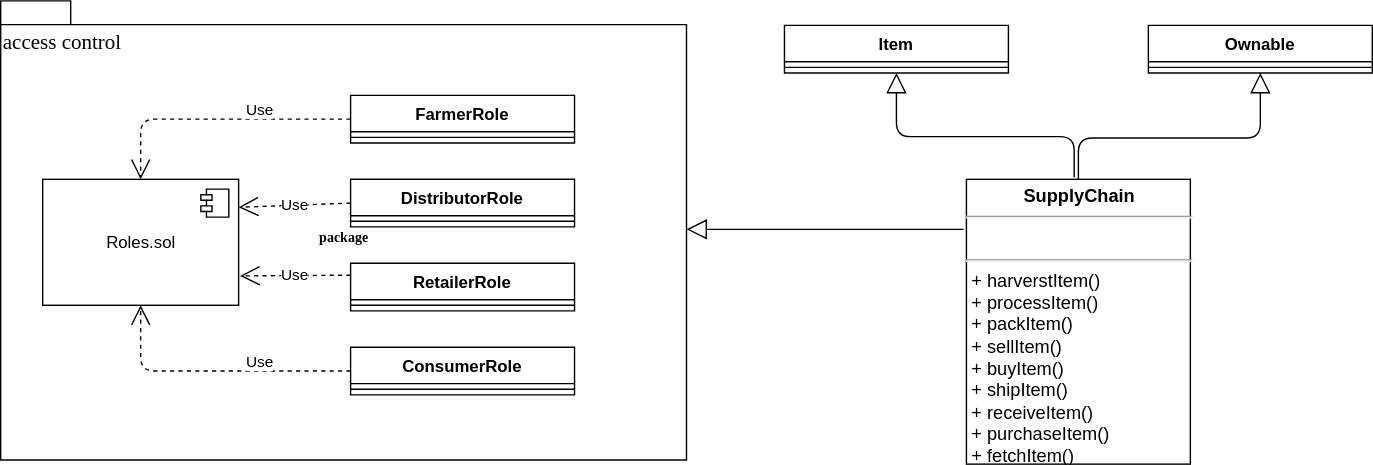
Above: uml/DataModelDiagram.svg in dcarpintero/dapp-supply-chain (draw.io), before the change. Source tidied: cells renumbered, new cells last; positions are measured from the earlier drawing's top-left corner, leaving out a move shared by most shapes.
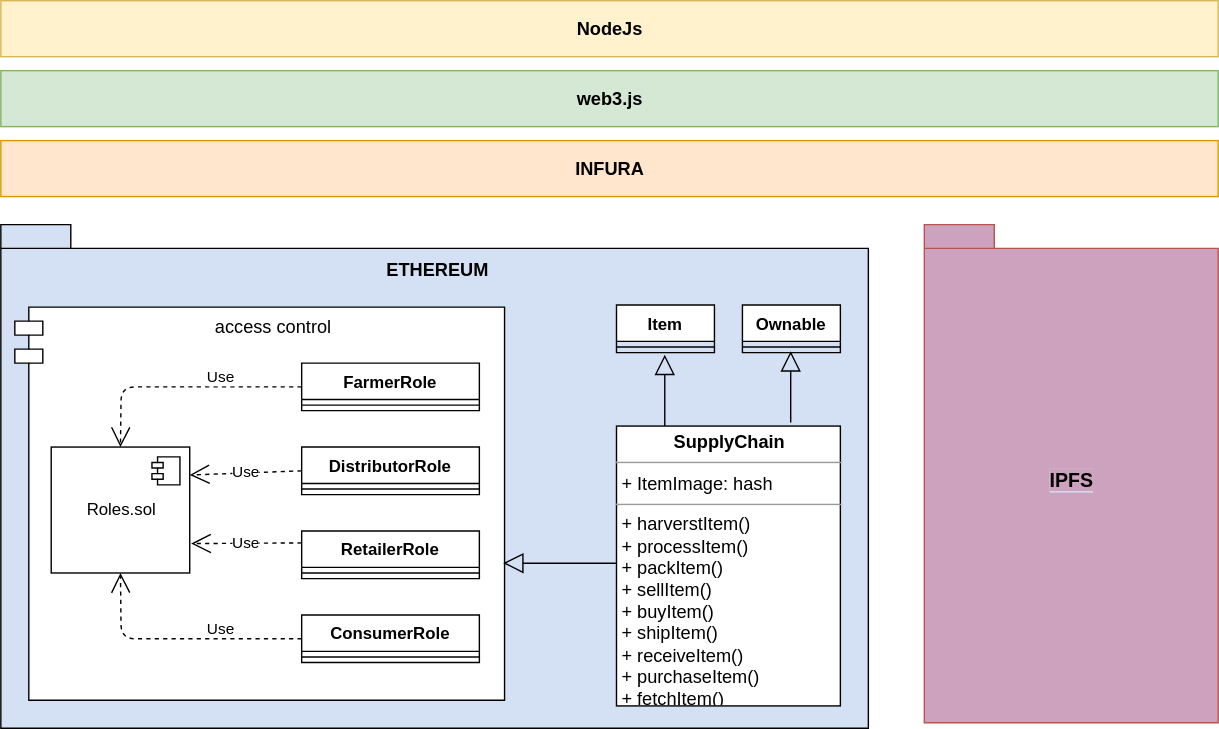
After the change.

Commit message:
Add IPFS integration

Diff of the diagram source:
```diff
@@ -2,14 +2,14 @@
   <root>
     <mxCell id="0" />
     <mxCell id="1" parent="0" />
-    <mxCell id="2" value="package" style="shape=folder;fontStyle=1;spacingTop=10;tabWidth=50;tabHeight=17;tabPosition=left;html=1;rounded=0;shadow=0;comic=0;labelBackgroundColor=none;strokeWidth=1;fontFamily=Verdana;fontSize=10;align=center;" parent="1" vertex="1">
-      <mxGeometry width="490" height="328" as="geometry" />
+    <mxCell id="2" style="shape=folder;fontStyle=1;spacingTop=10;tabWidth=50;tabHeight=17;tabPosition=left;html=1;rounded=0;shadow=0;comic=0;labelBackgroundColor=#D4E1F5;strokeWidth=1;fontFamily=Verdana;fontSize=10;align=center;fillColor=#D4E1F5;" parent="1" vertex="1">
+      <mxGeometry x="-126" y="234" width="620" height="360" as="geometry" />
     </mxCell>
-    <mxCell id="3" value="&lt;font style=&quot;font-size: 15px&quot;&gt;access control&lt;br&gt;&lt;br&gt;&lt;/font&gt;" style="text;html=1;align=left;verticalAlign=top;spacingTop=-4;fontSize=10;fontFamily=Verdana;" parent="1" vertex="1">
-      <mxGeometry y="17.5" width="130" height="20" as="geometry" />
+    <mxCell id="3" value="access control" style="shape=module;align=left;spacingLeft=20;align=center;verticalAlign=top;fontSize=13;" parent="1" vertex="1">
+      <mxGeometry x="-116" y="293" width="350" height="281" as="geometry" />
     </mxCell>
     <mxCell id="4" value="Roles.sol" style="html=1;" parent="1" vertex="1">
-      <mxGeometry x="30" y="127.5" width="140" height="90" as="geometry" />
+      <mxGeometry x="-90" y="393" width="99" height="90" as="geometry" />
     </mxCell>
     <mxCell id="5" style="shape=component;jettyWidth=8;jettyHeight=4;" parent="4" vertex="1">
       <mxGeometry x="1" width="20" height="20" relative="1" as="geometry">
@@ -19,94 +19,98 @@
     <mxCell id="6" value="Use" style="endArrow=open;endSize=12;dashed=1;html=1;exitX=0;exitY=0.5;exitDx=0;exitDy=0;entryX=0.5;entryY=1;entryDx=0;entryDy=0;" parent="1" edge="1" source="17" target="4">
       <mxGeometry x="-0.34" y="-7" relative="1" as="geometry">
         <Array as="points">
-          <mxPoint x="100" y="264.5" />
-          <mxPoint x="100" y="237.5" />
+          <mxPoint x="-40" y="530" />
         </Array>
       </mxGeometry>
     </mxCell>
     <mxCell id="7" value="Use" style="endArrow=open;endSize=12;dashed=1;html=1;exitX=0;exitY=0.5;exitDx=0;exitDy=0;" parent="1" edge="1" source="13">
       <mxGeometry relative="1" as="geometry">
-        <mxPoint x="170" y="147.5" as="targetPoint" />
+        <mxPoint x="9" y="413" as="targetPoint" />
       </mxGeometry>
     </mxCell>
     <mxCell id="8" value="Use" style="endArrow=open;endSize=12;dashed=1;html=1;exitX=0;exitY=0.25;exitDx=0;exitDy=0;" parent="1" edge="1" source="15">
       <mxGeometry relative="1" as="geometry">
-        <mxPoint x="171" y="196.5" as="targetPoint" />
+        <mxPoint x="10" y="462" as="targetPoint" />
       </mxGeometry>
     </mxCell>
     <mxCell id="9" value="Use" style="endArrow=open;endSize=12;dashed=1;html=1;exitX=0;exitY=0.5;exitDx=0;exitDy=0;entryX=0.5;entryY=0;entryDx=0;entryDy=0;" parent="1" edge="1" source="11" target="4">
       <mxGeometry x="-0.33" y="-7" relative="1" as="geometry">
         <Array as="points">
-          <mxPoint x="100" y="84.5" />
+          <mxPoint x="-40" y="350" />
         </Array>
       </mxGeometry>
     </mxCell>
-    <mxCell id="10" value="&lt;p style=&quot;margin: 4px 0px 0px; text-align: center; font-size: 13px;&quot;&gt;&lt;b style=&quot;font-size: 13px;&quot;&gt;SupplyChain&lt;/b&gt;&lt;/p&gt;&lt;hr style=&quot;font-size: 13px;&quot;&gt;&lt;p style=&quot;margin: 0px 0px 0px 4px; font-size: 13px;&quot;&gt;&lt;br style=&quot;font-size: 13px;&quot;&gt;&lt;/p&gt;&lt;hr style=&quot;font-size: 13px;&quot;&gt;&lt;p style=&quot;margin: 0px 0px 0px 4px; font-size: 13px;&quot;&gt;+ harverstItem()&lt;/p&gt;&lt;p style=&quot;margin: 0px 0px 0px 4px; font-size: 13px;&quot;&gt;+ processItem()&lt;/p&gt;&lt;p style=&quot;margin: 0px 0px 0px 4px; font-size: 13px;&quot;&gt;+ packItem()&lt;/p&gt;&lt;p style=&quot;margin: 0px 0px 0px 4px; font-size: 13px;&quot;&gt;+ sellItem()&lt;/p&gt;&lt;p style=&quot;margin: 0px 0px 0px 4px; font-size: 13px;&quot;&gt;+ buyItem()&lt;/p&gt;&lt;p style=&quot;margin: 0px 0px 0px 4px; font-size: 13px;&quot;&gt;+ shipItem()&lt;/p&gt;&lt;p style=&quot;margin: 0px 0px 0px 4px; font-size: 13px;&quot;&gt;+ receiveItem()&lt;/p&gt;&lt;p style=&quot;margin: 0px 0px 0px 4px; font-size: 13px;&quot;&gt;+ purchaseItem()&lt;/p&gt;&lt;p style=&quot;margin: 0px 0px 0px 4px; font-size: 13px;&quot;&gt;+ fetchItem()&lt;/p&gt;" style="verticalAlign=top;align=left;overflow=fill;fontSize=13;fontFamily=Helvetica;html=1;" parent="1" vertex="1">
-      <mxGeometry x="690" y="127.5" width="160" height="203.5" as="geometry" />
-    </mxCell>
+    <mxCell id="25" style="endArrow=block;endFill=0;endSize=12;html=1;exitX=0;exitY=0.5;exitDx=0;exitDy=0;" parent="1" edge="1">
+      <mxGeometry relative="1" as="geometry">
+        <mxPoint x="314" y="476" as="sourcePoint" />
+        <mxPoint x="233" y="476" as="targetPoint" />
+      </mxGeometry>
+    </mxCell>
     <mxCell id="11" value="FarmerRole" style="swimlane;fontStyle=1;align=center;verticalAlign=top;horizontal=1;startSize=26;" parent="1" vertex="1">
-      <mxGeometry x="250" y="67.5" width="160" height="34" as="geometry" />
+      <mxGeometry x="89" y="333" width="127" height="34" as="geometry" />
     </mxCell>
     <mxCell id="12" style="line;strokeWidth=1;fillColor=none;align=left;verticalAlign=middle;spacingTop=-1;spacingLeft=3;spacingRight=3;labelPosition=right;" parent="11" vertex="1">
-      <mxGeometry y="26" width="160" height="8" as="geometry" />
+      <mxGeometry y="26" width="127" height="8" as="geometry" />
     </mxCell>
     <mxCell id="13" value="DistributorRole" style="swimlane;fontStyle=1;align=center;verticalAlign=top;horizontal=1;startSize=26;" parent="1" vertex="1">
-      <mxGeometry x="250" y="127.5" width="160" height="34" as="geometry" />
+      <mxGeometry x="89" y="393" width="127" height="34" as="geometry" />
     </mxCell>
     <mxCell id="14" style="line;strokeWidth=1;fillColor=none;align=left;verticalAlign=middle;spacingTop=-1;spacingLeft=3;spacingRight=3;labelPosition=right;" parent="13" vertex="1">
-      <mxGeometry y="26" width="160" height="8" as="geometry" />
+      <mxGeometry y="26" width="127" height="8" as="geometry" />
     </mxCell>
     <mxCell id="15" value="RetailerRole" style="swimlane;fontStyle=1;align=center;verticalAlign=top;horizontal=1;startSize=26;" parent="1" vertex="1">
-      <mxGeometry x="250" y="187.5" width="160" height="34" as="geometry" />
+      <mxGeometry x="89" y="453" width="127" height="34" as="geometry" />
     </mxCell>
     <mxCell id="16" style="line;strokeWidth=1;fillColor=none;align=left;verticalAlign=middle;spacingTop=-1;spacingLeft=3;spacingRight=3;labelPosition=right;" parent="15" vertex="1">
-      <mxGeometry y="26" width="160" height="8" as="geometry" />
+      <mxGeometry y="26" width="127" height="8" as="geometry" />
     </mxCell>
     <mxCell id="17" value="ConsumerRole" style="swimlane;fontStyle=1;align=center;verticalAlign=top;horizontal=1;startSize=26;" parent="1" vertex="1">
-      <mxGeometry x="250" y="247.5" width="160" height="34" as="geometry" />
+      <mxGeometry x="89" y="513" width="127" height="34" as="geometry" />
     </mxCell>
     <mxCell id="18" style="line;strokeWidth=1;fillColor=none;align=left;verticalAlign=middle;spacingTop=-1;spacingLeft=3;spacingRight=3;labelPosition=right;" parent="17" vertex="1">
-      <mxGeometry y="26" width="160" height="8" as="geometry" />
+      <mxGeometry y="26" width="127" height="8" as="geometry" />
     </mxCell>
+    <mxCell id="21" value="Ownable" style="swimlane;fontStyle=1;align=center;verticalAlign=top;horizontal=1;startSize=26;" parent="1" vertex="1">
+      <mxGeometry x="404" y="291.5" width="70" height="34" as="geometry" />
+    </mxCell>
+    <mxCell id="22" style="line;strokeWidth=1;fillColor=none;align=left;verticalAlign=middle;spacingTop=-1;spacingLeft=3;spacingRight=3;labelPosition=right;" parent="21" vertex="1">
+      <mxGeometry y="26" width="70" height="8" as="geometry" />
+    </mxCell>
     <mxCell id="19" value="Item" style="swimlane;fontStyle=1;align=center;verticalAlign=top;horizontal=1;startSize=26;" parent="1" vertex="1">
-      <mxGeometry x="560" y="17.5" width="160" height="34" as="geometry" />
+      <mxGeometry x="314" y="291.5" width="70" height="34" as="geometry" />
     </mxCell>
     <mxCell id="20" style="line;strokeWidth=1;fillColor=none;align=left;verticalAlign=middle;spacingTop=-1;spacingLeft=3;spacingRight=3;labelPosition=right;" parent="19" vertex="1">
-      <mxGeometry y="26" width="160" height="8" as="geometry" />
+      <mxGeometry y="26" width="70" height="8" as="geometry" />
     </mxCell>
-    <mxCell id="21" value="Ownable" style="swimlane;fontStyle=1;align=center;verticalAlign=top;horizontal=1;startSize=26;" parent="1" vertex="1">
-      <mxGeometry x="820" y="17.5" width="160" height="34" as="geometry" />
-    </mxCell>
-    <mxCell id="22" style="line;strokeWidth=1;fillColor=none;align=left;verticalAlign=middle;spacingTop=-1;spacingLeft=3;spacingRight=3;labelPosition=right;" parent="21" vertex="1">
-      <mxGeometry y="26" width="160" height="8" as="geometry" />
-    </mxCell>
-    <mxCell id="23" style="endArrow=block;endFill=0;endSize=12;html=1;entryX=0.5;entryY=1;entryDx=0;entryDy=0;" parent="1" edge="1" target="21">
-      <mxGeometry relative="1" as="geometry">
-        <mxPoint x="770" y="128" as="sourcePoint" />
-        <Array as="points">
-          <mxPoint x="770" y="98" />
-          <mxPoint x="900" y="98" />
-        </Array>
-      </mxGeometry>
-    </mxCell>
-    <mxCell id="24" style="endArrow=block;endFill=0;endSize=12;html=1;entryX=0.5;entryY=1;entryDx=0;entryDy=0;" parent="1" edge="1" target="19">
-      <mxGeometry relative="1" as="geometry">
-        <mxPoint x="767" y="126" as="sourcePoint" />
-        <Array as="points">
-          <mxPoint x="767" y="97" />
-          <mxPoint x="640" y="97" />
-        </Array>
-      </mxGeometry>
-    </mxCell>
-    <mxCell id="25" style="endArrow=block;endFill=0;endSize=12;html=1;entryX=0.5;entryY=1;entryDx=0;entryDy=0;" parent="1" edge="1">
-      <mxGeometry relative="1" as="geometry">
-        <mxPoint x="688" y="163.2" as="sourcePoint" />
-        <mxPoint x="490" y="163.2" as="targetPoint" />
-        <Array as="points">
-          <mxPoint x="617" y="163.2" />
-          <mxPoint x="549" y="163.2" />
-        </Array>
-      </mxGeometry>
-    </mxCell>
+    <mxCell id="26" value="&lt;p style=&quot;margin: 4px 0px 0px ; text-align: center ; font-size: 13px&quot;&gt;&lt;b&gt;&lt;font style=&quot;font-size: 13px&quot;&gt;SupplyChain&lt;/font&gt;&lt;/b&gt;&lt;/p&gt;&lt;hr size=&quot;1&quot; style=&quot;font-size: 13px&quot;&gt;&lt;p style=&quot;margin: 0px 0px 0px 4px ; font-size: 13px&quot;&gt;&lt;font style=&quot;font-size: 13px&quot;&gt;+ ItemImage: hash&lt;/font&gt;&lt;/p&gt;&lt;hr size=&quot;1&quot; style=&quot;font-size: 13px&quot;&gt;&lt;p style=&quot;margin: 0px 0px 0px 4px ; font-size: 13px&quot;&gt;&lt;font style=&quot;font-size: 13px&quot;&gt;+&amp;nbsp;&lt;span&gt;harverstItem()&lt;/span&gt;&lt;/font&gt;&lt;/p&gt;&lt;p style=&quot;margin: 0px 0px 0px 4px ; font-size: 13px&quot;&gt;&lt;font style=&quot;font-size: 13px&quot;&gt;+ processItem()&lt;/font&gt;&lt;/p&gt;&lt;p style=&quot;margin: 0px 0px 0px 4px ; font-size: 13px&quot;&gt;&lt;font style=&quot;font-size: 13px&quot;&gt;+ packItem()&lt;/font&gt;&lt;/p&gt;&lt;p style=&quot;margin: 0px 0px 0px 4px ; font-size: 13px&quot;&gt;&lt;font style=&quot;font-size: 13px&quot;&gt;+ sellItem()&lt;/font&gt;&lt;/p&gt;&lt;p style=&quot;margin: 0px 0px 0px 4px ; font-size: 13px&quot;&gt;&lt;font style=&quot;font-size: 13px&quot;&gt;+ buyItem()&lt;/font&gt;&lt;/p&gt;&lt;p style=&quot;margin: 0px 0px 0px 4px ; font-size: 13px&quot;&gt;&lt;font style=&quot;font-size: 13px&quot;&gt;+ shipItem()&lt;/font&gt;&lt;/p&gt;&lt;p style=&quot;margin: 0px 0px 0px 4px ; font-size: 13px&quot;&gt;&lt;font style=&quot;font-size: 13px&quot;&gt;+ receiveItem()&lt;/font&gt;&lt;/p&gt;&lt;p style=&quot;margin: 0px 0px 0px 4px ; font-size: 13px&quot;&gt;&lt;font style=&quot;font-size: 13px&quot;&gt;+ purchaseItem()&lt;/font&gt;&lt;/p&gt;&lt;p style=&quot;margin: 0px 0px 0px 4px ; font-size: 13px&quot;&gt;&lt;font style=&quot;font-size: 13px&quot;&gt;+ fetchItem()&lt;/font&gt;&lt;/p&gt;" style="verticalAlign=top;align=left;overflow=fill;fontSize=12;fontFamily=Helvetica;html=1;" parent="1" vertex="1">
+      <mxGeometry x="314" y="378" width="160" height="200" as="geometry" />
+    </mxCell>
+    <mxCell id="27" style="endArrow=block;endFill=0;endSize=12;html=1;exitX=0;exitY=0.5;exitDx=0;exitDy=0;" parent="1" edge="1">
+      <mxGeometry relative="1" as="geometry">
+        <mxPoint x="348.5" y="378" as="sourcePoint" />
+        <mxPoint x="348.5" y="327" as="targetPoint" />
+      </mxGeometry>
+    </mxCell>
+    <mxCell id="28" style="endArrow=block;endFill=0;endSize=12;html=1;exitX=0;exitY=0.5;exitDx=0;exitDy=0;" parent="1" edge="1">
+      <mxGeometry relative="1" as="geometry">
+        <mxPoint x="438.5" y="375.5" as="sourcePoint" />
+        <mxPoint x="438.5" y="324.5" as="targetPoint" />
+      </mxGeometry>
+    </mxCell>
+    <mxCell id="29" value="&lt;font style=&quot;background-color: rgb(205 , 162 , 190) ; font-size: 14px&quot; face=&quot;Helvetica&quot;&gt;IPFS&lt;/font&gt;" style="shape=folder;fontStyle=1;spacingTop=10;tabWidth=50;tabHeight=17;tabPosition=left;html=1;rounded=0;shadow=0;comic=0;labelBackgroundColor=#D4E1F5;strokeWidth=1;fontFamily=Verdana;fontSize=10;align=center;strokeColor=#b85450;fillColor=#CDA2BE;" parent="1" vertex="1">
+      <mxGeometry x="534" y="234" width="210" height="356" as="geometry" />
+    </mxCell>
+    <mxCell id="30" value="&lt;b style=&quot;background-color: rgb(255 , 230 , 204)&quot;&gt;INFURA&lt;/b&gt;" style="html=1;labelBackgroundColor=#D4E1F5;fillColor=#ffe6cc;fontSize=13;strokeColor=#d79b00;" parent="1" vertex="1">
+      <mxGeometry x="-126" y="174" width="870" height="40" as="geometry" />
+    </mxCell>
+    <mxCell id="31" value="&lt;span style=&quot;background-color: rgb(213 , 232 , 212)&quot;&gt;&lt;font size=&quot;1&quot;&gt;&lt;b style=&quot;font-size: 13px&quot;&gt;web3.js&lt;/b&gt;&lt;/font&gt;&lt;/span&gt;" style="html=1;labelBackgroundColor=#D4E1F5;fontSize=13;strokeColor=#82b366;fillColor=#d5e8d4;" parent="1" vertex="1">
+      <mxGeometry x="-126" y="124" width="870" height="40" as="geometry" />
+    </mxCell>
+    <mxCell id="32" value="&lt;span style=&quot;background-color: rgb(255 , 242 , 204)&quot;&gt;&lt;b&gt;&lt;font style=&quot;font-size: 13px&quot;&gt;NodeJs&lt;/font&gt;&lt;/b&gt;&lt;/span&gt;" style="html=1;labelBackgroundColor=#D4E1F5;fillColor=#fff2cc;fontSize=13;strokeColor=#d6b656;" parent="1" vertex="1">
+      <mxGeometry x="-126" y="74" width="870" height="40" as="geometry" />
+    </mxCell>
+    <mxCell id="33" value="ETHEREUM" style="text;strokeColor=none;fillColor=none;align=left;verticalAlign=top;spacingLeft=4;spacingRight=4;overflow=hidden;labelBackgroundColor=#D4E1F5;fontSize=13;fontStyle=1;" parent="1" vertex="1">
+      <mxGeometry x="144" y="252" width="100" height="26" as="geometry" />
+    </mxCell>
   </root>
 </mxGraphModel>
```
